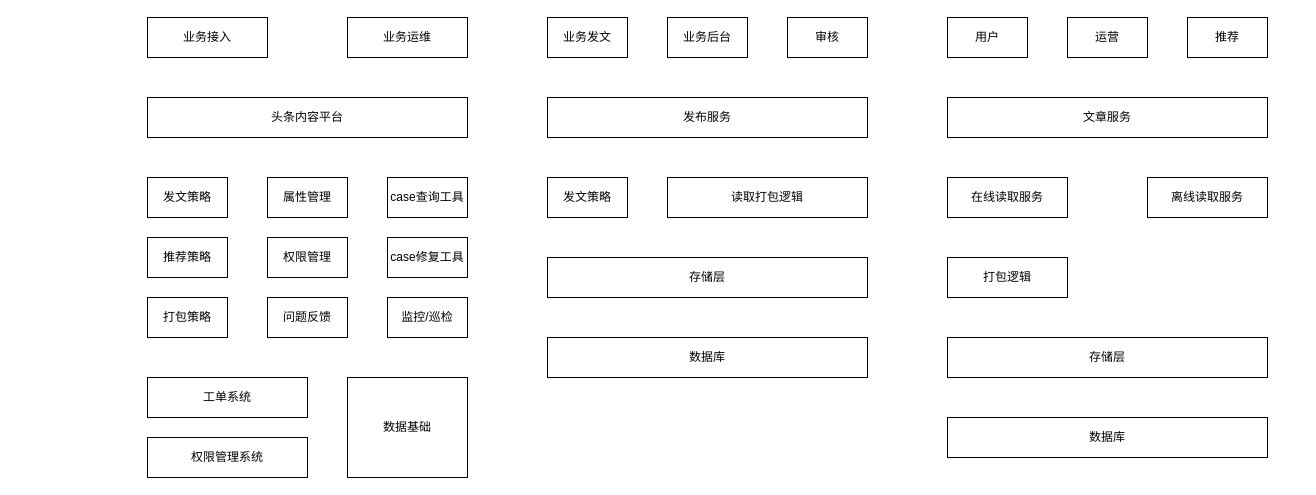
Jessie-via/for_drawio keeps this draw.io diagram as page "整体架构" (8 of 8) of 关键流程梳理.drawio. Above is the earlier version. Source tidied: cells renumbered, new cells numbered last; positions are measured from the earlier drawing's top-left corner, leaving out a move shared by most shapes. Both pictures are drawn from the tidied source at 100%, with x=0, y=0 at pixel (147, 17).
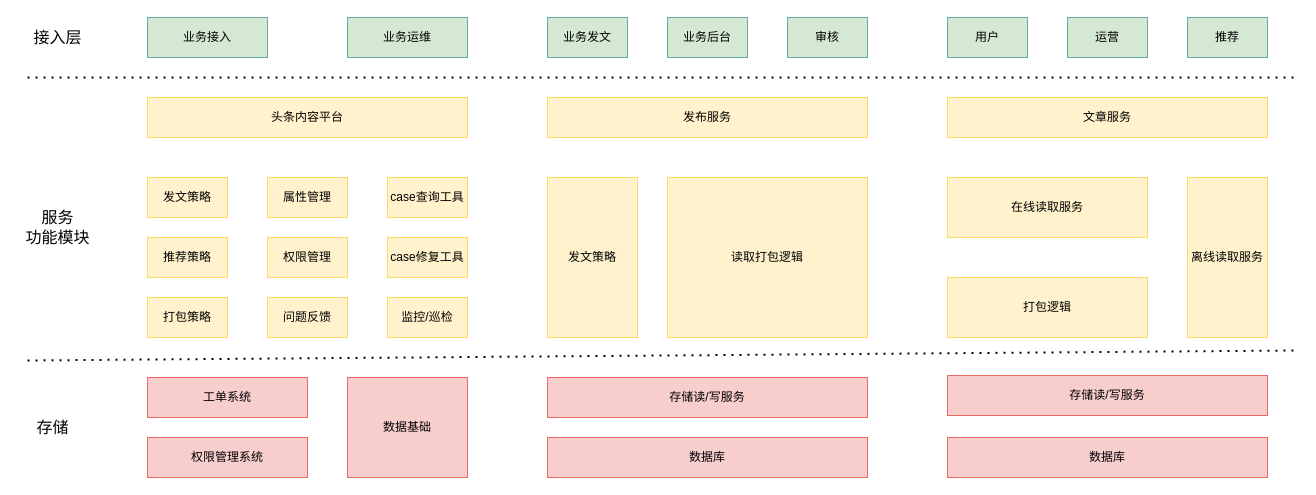
After the change.

Commit message:
Update 关键流程梳理.drawio

What changed in the source:
```diff
@@
-    <mxCell id="2" value="业务接入" style="rounded=0;whiteSpace=wrap;html=1;strokeColor=#000000;fillColor=none;" parent="1" vertex="1">
+    <mxCell id="2" value="业务接入" style="rounded=0;whiteSpace=wrap;html=1;strokeColor=#67AB9F;fillColor=#D5E8D4;" parent="1" vertex="1">
       <mxGeometry width="120" height="40" as="geometry" />
     </mxCell>
-    <mxCell id="3" value="业务运维" style="rounded=0;whiteSpace=wrap;html=1;strokeColor=#000000;fillColor=none;" parent="1" vertex="1">
+    <mxCell id="3" value="业务运维" style="rounded=0;whiteSpace=wrap;html=1;strokeColor=#67AB9F;fillColor=#D5E8D4;" parent="1" vertex="1">
       <mxGeometry x="200" width="120" height="40" as="geometry" />
     </mxCell>
-    <mxCell id="4" value="业务发文" style="rounded=0;whiteSpace=wrap;html=1;strokeColor=#000000;fillColor=none;" parent="1" vertex="1">
+    <mxCell id="4" value="业务发文" style="rounded=0;whiteSpace=wrap;html=1;strokeColor=#67AB9F;fillColor=#D5E8D4;" parent="1" vertex="1">
       <mxGeometry x="400" width="80" height="40" as="geometry" />
     </mxCell>
-    <mxCell id="5" value="审核" style="rounded=0;whiteSpace=wrap;html=1;strokeColor=#000000;fillColor=none;" parent="1" vertex="1">
+    <mxCell id="5" value="审核" style="rounded=0;whiteSpace=wrap;html=1;strokeColor=#67AB9F;fillColor=#D5E8D4;" parent="1" vertex="1">
       <mxGeometry x="640" width="80" height="40" as="geometry" />
     </mxCell>
-    <mxCell id="6" value="推荐" style="rounded=0;whiteSpace=wrap;html=1;strokeColor=#000000;fillColor=none;" parent="1" vertex="1">
+    <mxCell id="6" value="推荐" style="rounded=0;whiteSpace=wrap;html=1;strokeColor=#67AB9F;fillColor=#D5E8D4;" parent="1" vertex="1">
       <mxGeometry x="1040" width="80" height="40" as="geometry" />
     </mxCell>
-    <mxCell id="7" value="&lt;span&gt;业务后台&lt;/span&gt;" style="whiteSpace=wrap;html=1;strokeColor=#000000;fillColor=none;" parent="1" vertex="1">
+    <mxCell id="7" value="&lt;span&gt;业务后台&lt;/span&gt;" style="whiteSpace=wrap;html=1;strokeColor=#67AB9F;fillColor=#D5E8D4;" parent="1" vertex="1">
       <mxGeometry x="520" width="80" height="40" as="geometry" />
     </mxCell>
-    <mxCell id="8" value="&lt;span&gt;用户&lt;/span&gt;" style="whiteSpace=wrap;html=1;strokeColor=#000000;fillColor=none;" parent="1" vertex="1">
+    <mxCell id="8" value="&lt;span&gt;用户&lt;/span&gt;" style="whiteSpace=wrap;html=1;strokeColor=#67AB9F;fillColor=#D5E8D4;" parent="1" vertex="1">
       <mxGeometry x="800" width="80" height="40" as="geometry" />
     </mxCell>
-    <mxCell id="9" value="头条内容平台" style="rounded=0;whiteSpace=wrap;html=1;strokeColor=#000000;fillColor=none;" parent="1" vertex="1">
+    <mxCell id="9" value="头条内容平台" style="rounded=0;whiteSpace=wrap;html=1;strokeColor=#FFD966;fillColor=#FFF2CC;" parent="1" vertex="1">
       <mxGeometry y="80" width="320" height="40" as="geometry" />
     </mxCell>
-    <mxCell id="10" value="发布服务" style="rounded=0;whiteSpace=wrap;html=1;strokeColor=#000000;fillColor=none;" parent="1" vertex="1">
+    <mxCell id="10" value="发布服务" style="rounded=0;whiteSpace=wrap;html=1;strokeColor=#FFD966;fillColor=#FFF2CC;" parent="1" vertex="1">
       <mxGeometry x="400" y="80" width="320" height="40" as="geometry" />
     </mxCell>
-    <mxCell id="11" value="文章服务" style="rounded=0;whiteSpace=wrap;html=1;strokeColor=#000000;fillColor=none;" parent="1" vertex="1">
+    <mxCell id="11" value="文章服务" style="rounded=0;whiteSpace=wrap;html=1;strokeColor=#FFD966;fillColor=#FFF2CC;" parent="1" vertex="1">
       <mxGeometry x="800" y="80" width="320" height="40" as="geometry" />
     </mxCell>
-    <mxCell id="12" value="发文策略" style="rounded=0;whiteSpace=wrap;html=1;strokeColor=#000000;fillColor=none;" parent="1" vertex="1">
+    <mxCell id="12" value="发文策略" style="rounded=0;whiteSpace=wrap;html=1;strokeColor=#FFD966;fillColor=#FFF2CC;" parent="1" vertex="1">
       <mxGeometry y="160" width="80" height="40" as="geometry" />
     </mxCell>
-    <mxCell id="13" value="推荐策略" style="rounded=0;whiteSpace=wrap;html=1;strokeColor=#000000;fillColor=none;" parent="1" vertex="1">
+    <mxCell id="13" value="推荐策略" style="rounded=0;whiteSpace=wrap;html=1;strokeColor=#FFD966;fillColor=#FFF2CC;" parent="1" vertex="1">
       <mxGeometry y="220" width="80" height="40" as="geometry" />
     </mxCell>
-    <mxCell id="14" value="打包策略" style="rounded=0;whiteSpace=wrap;html=1;strokeColor=#000000;fillColor=none;" parent="1" vertex="1">
+    <mxCell id="14" value="打包策略" style="rounded=0;whiteSpace=wrap;html=1;strokeColor=#FFD966;fillColor=#FFF2CC;" parent="1" vertex="1">
       <mxGeometry y="280" width="80" height="40" as="geometry" />
     </mxCell>
-    <mxCell id="15" value="属性管理" style="whiteSpace=wrap;html=1;strokeColor=#000000;fillColor=none;" parent="1" vertex="1">
+    <mxCell id="15" value="属性管理" style="whiteSpace=wrap;html=1;strokeColor=#FFD966;fillColor=#FFF2CC;" parent="1" vertex="1">
       <mxGeometry x="120" y="160" width="80" height="40" as="geometry" />
     </mxCell>
-    <mxCell id="16" value="权限管理" style="whiteSpace=wrap;html=1;strokeColor=#000000;fillColor=none;" parent="1" vertex="1">
+    <mxCell id="16" value="权限管理" style="whiteSpace=wrap;html=1;strokeColor=#FFD966;fillColor=#FFF2CC;" parent="1" vertex="1">
       <mxGeometry x="120" y="220" width="80" height="40" as="geometry" />
     </mxCell>
-    <mxCell id="17" value="问题反馈" style="whiteSpace=wrap;html=1;strokeColor=#000000;fillColor=none;" parent="1" vertex="1">
+    <mxCell id="17" value="问题反馈" style="whiteSpace=wrap;html=1;strokeColor=#FFD966;fillColor=#FFF2CC;" parent="1" vertex="1">
       <mxGeometry x="120" y="280" width="80" height="40" as="geometry" />
     </mxCell>
-    <mxCell id="18" value="case查询工具" style="whiteSpace=wrap;html=1;strokeColor=#000000;fillColor=none;" parent="1" vertex="1">
+    <mxCell id="18" value="case查询工具" style="whiteSpace=wrap;html=1;strokeColor=#FFD966;fillColor=#FFF2CC;" parent="1" vertex="1">
       <mxGeometry x="240" y="160" width="80" height="40" as="geometry" />
     </mxCell>
-    <mxCell id="19" value="case修复工具" style="whiteSpace=wrap;html=1;strokeColor=#000000;fillColor=none;" parent="1" vertex="1">
+    <mxCell id="19" value="case修复工具" style="whiteSpace=wrap;html=1;strokeColor=#FFD966;fillColor=#FFF2CC;" parent="1" vertex="1">
       <mxGeometry x="240" y="220" width="80" height="40" as="geometry" />
     </mxCell>
-    <mxCell id="20" value="监控/巡检" style="whiteSpace=wrap;html=1;strokeColor=#000000;fillColor=none;" parent="1" vertex="1">
+    <mxCell id="20" value="监控/巡检" style="whiteSpace=wrap;html=1;strokeColor=#FFD966;fillColor=#FFF2CC;" parent="1" vertex="1">
       <mxGeometry x="240" y="280" width="80" height="40" as="geometry" />
     </mxCell>
-    <mxCell id="21" value="工单系统" style="rounded=0;whiteSpace=wrap;html=1;strokeColor=#000000;fillColor=none;" parent="1" vertex="1">
+    <mxCell id="21" value="工单系统" style="rounded=0;whiteSpace=wrap;html=1;strokeColor=#EA6B66;fillColor=#F8CECC;" parent="1" vertex="1">
       <mxGeometry y="360" width="160" height="40" as="geometry" />
     </mxCell>
-    <mxCell id="22" value="权限管理系统" style="rounded=0;whiteSpace=wrap;html=1;strokeColor=#000000;fillColor=none;" parent="1" vertex="1">
+    <mxCell id="22" value="权限管理系统" style="rounded=0;whiteSpace=wrap;html=1;strokeColor=#EA6B66;fillColor=#F8CECC;" parent="1" vertex="1">
       <mxGeometry y="420" width="160" height="40" as="geometry" />
     </mxCell>
-    <mxCell id="23" value="数据基础" style="rounded=0;whiteSpace=wrap;html=1;strokeColor=#000000;fillColor=none;" parent="1" vertex="1">
+    <mxCell id="23" value="数据基础" style="rounded=0;whiteSpace=wrap;html=1;strokeColor=#EA6B66;fillColor=#F8CECC;" parent="1" vertex="1">
       <mxGeometry x="200" y="360" width="120" height="100" as="geometry" />
     </mxCell>
-    <mxCell id="24" value="发文策略" style="rounded=0;whiteSpace=wrap;html=1;strokeColor=#000000;fillColor=none;" parent="1" vertex="1">
-      <mxGeometry x="400" y="160" width="80" height="40" as="geometry" />
+    <mxCell id="24" value="发文策略" style="rounded=0;whiteSpace=wrap;html=1;strokeColor=#FFD966;fillColor=#FFF2CC;" parent="1" vertex="1">
+      <mxGeometry x="400" y="160" width="90" height="160" as="geometry" />
     </mxCell>
-    <mxCell id="25" value="读取打包逻辑" style="rounded=0;whiteSpace=wrap;html=1;strokeColor=#000000;fillColor=none;" parent="1" vertex="1">
-      <mxGeometry x="520" y="160" width="200" height="40" as="geometry" />
+    <mxCell id="25" value="读取打包逻辑" style="rounded=0;whiteSpace=wrap;html=1;strokeColor=#FFD966;fillColor=#FFF2CC;" parent="1" vertex="1">
+      <mxGeometry x="520" y="160" width="200" height="160" as="geometry" />
     </mxCell>
-    <mxCell id="26" value="存储层" style="rounded=0;whiteSpace=wrap;html=1;strokeColor=#000000;fillColor=none;" parent="1" vertex="1">
-      <mxGeometry x="400" y="240" width="320" height="40" as="geometry" />
+    <mxCell id="26" value="存储读/写服务" style="rounded=0;whiteSpace=wrap;html=1;strokeColor=#EA6B66;fillColor=#F8CECC;" parent="1" vertex="1">
+      <mxGeometry x="400" y="360" width="320" height="40" as="geometry" />
     </mxCell>
-    <mxCell id="27" value="数据库" style="rounded=0;whiteSpace=wrap;html=1;strokeColor=#000000;fillColor=none;" parent="1" vertex="1">
-      <mxGeometry x="400" y="320" width="320" height="40" as="geometry" />
+    <mxCell id="27" value="数据库" style="rounded=0;whiteSpace=wrap;html=1;strokeColor=#EA6B66;fillColor=#F8CECC;" parent="1" vertex="1">
+      <mxGeometry x="400" y="420" width="320" height="40" as="geometry" />
     </mxCell>
-    <mxCell id="28" value="打包逻辑" style="rounded=0;whiteSpace=wrap;html=1;strokeColor=#000000;fillColor=none;" parent="1" vertex="1">
-      <mxGeometry x="800" y="240" width="120" height="40" as="geometry" />
+    <mxCell id="28" value="打包逻辑" style="rounded=0;whiteSpace=wrap;html=1;strokeColor=#FFD966;fillColor=#FFF2CC;" parent="1" vertex="1">
+      <mxGeometry x="800" y="260" width="200" height="60" as="geometry" />
     </mxCell>
-    <mxCell id="29" value="在线读取服务" style="rounded=0;whiteSpace=wrap;html=1;strokeColor=#000000;fillColor=none;" parent="1" vertex="1">
-      <mxGeometry x="800" y="160" width="120" height="40" as="geometry" />
+    <mxCell id="29" value="在线读取服务" style="rounded=0;whiteSpace=wrap;html=1;strokeColor=#FFD966;fillColor=#FFF2CC;" parent="1" vertex="1">
+      <mxGeometry x="800" y="160" width="200" height="60" as="geometry" />
     </mxCell>
-    <mxCell id="30" value="离线读取服务" style="rounded=0;whiteSpace=wrap;html=1;strokeColor=#000000;fillColor=none;" parent="1" vertex="1">
-      <mxGeometry x="1000" y="160" width="120" height="40" as="geometry" />
+    <mxCell id="30" value="离线读取服务" style="rounded=0;whiteSpace=wrap;html=1;strokeColor=#FFD966;fillColor=#FFF2CC;" parent="1" vertex="1">
+      <mxGeometry x="1040" y="160" width="80" height="160" as="geometry" />
     </mxCell>
-    <mxCell id="31" value="存储层" style="rounded=0;whiteSpace=wrap;html=1;strokeColor=#000000;fillColor=none;" parent="1" vertex="1">
-      <mxGeometry x="800" y="320" width="320" height="40" as="geometry" />
+    <mxCell id="31" value="存储读/写服务" style="rounded=0;whiteSpace=wrap;html=1;strokeColor=#EA6B66;fillColor=#F8CECC;" parent="1" vertex="1">
+      <mxGeometry x="800" y="358" width="320" height="40" as="geometry" />
     </mxCell>
-    <mxCell id="32" value="数据库" style="rounded=0;whiteSpace=wrap;html=1;strokeColor=#000000;fillColor=none;" parent="1" vertex="1">
-      <mxGeometry x="800" y="400" width="320" height="40" as="geometry" />
+    <mxCell id="32" value="数据库" style="rounded=0;whiteSpace=wrap;html=1;strokeColor=#EA6B66;fillColor=#F8CECC;" parent="1" vertex="1">
+      <mxGeometry x="800" y="420" width="320" height="40" as="geometry" />
     </mxCell>
-    <mxCell id="33" value="&lt;span&gt;运营&lt;/span&gt;" style="whiteSpace=wrap;html=1;strokeColor=#000000;fillColor=none;" parent="1" vertex="1">
+    <mxCell id="33" value="&lt;span&gt;运营&lt;/span&gt;" style="whiteSpace=wrap;html=1;strokeColor=#67AB9F;fillColor=#D5E8D4;" parent="1" vertex="1">
       <mxGeometry x="920" width="80" height="40" as="geometry" />
     </mxCell>
+    <mxCell id="34" style="endArrow=none;dashed=1;html=1;dashPattern=1 3;strokeWidth=2;fillColor=#FFF2CC;" parent="1" edge="1">
+      <mxGeometry relative="1" as="geometry">
+        <mxPoint x="-120" y="60" as="sourcePoint" />
+        <mxPoint x="1150" y="60" as="targetPoint" />
+      </mxGeometry>
+    </mxCell>
+    <mxCell id="35" value="接入层" style="text;html=1;align=center;verticalAlign=middle;fontSize=16;" parent="1" vertex="1">
+      <mxGeometry x="-120" y="10" width="60" height="20" as="geometry" />
+    </mxCell>
+    <mxCell id="36" style="endArrow=none;dashed=1;html=1;dashPattern=1 3;strokeWidth=2;fillColor=#FFF2CC;fontSize=16;" parent="1" edge="1">
+      <mxGeometry relative="1" as="geometry">
+        <mxPoint x="-120" y="343" as="sourcePoint" />
+        <mxPoint x="1150" y="333" as="targetPoint" />
+      </mxGeometry>
+    </mxCell>
+    <mxCell id="37" value="服务&lt;br&gt;功能模块" style="text;html=1;align=center;verticalAlign=middle;fontSize=16;" parent="1" vertex="1">
+      <mxGeometry x="-130" y="190" width="80" height="40" as="geometry" />
+    </mxCell>
+    <mxCell id="38" value="存储" style="text;html=1;align=center;verticalAlign=middle;fontSize=16;" parent="1" vertex="1">
+      <mxGeometry x="-120" y="400" width="50" height="20" as="geometry" />
+    </mxCell>
```
